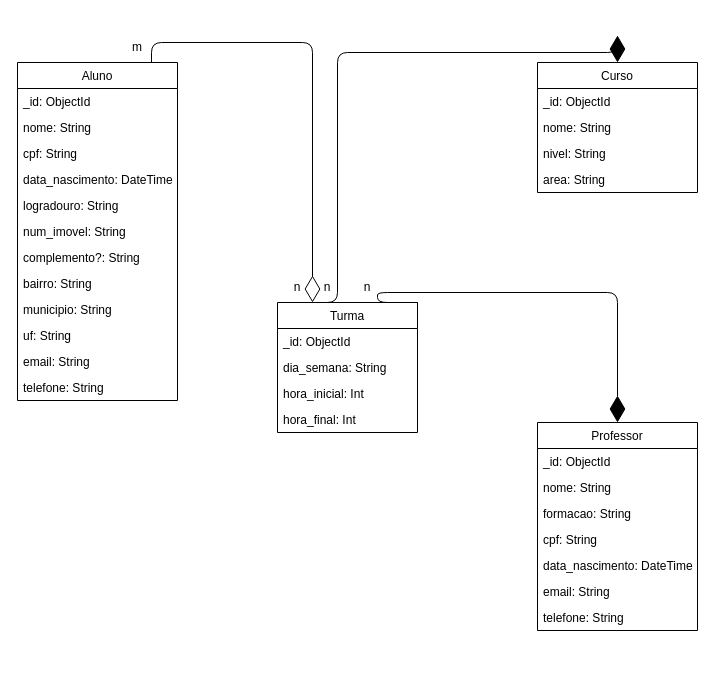
Above: page "Page-2" (2 of 2) of BN-NOT/docs/modelagem-bd.drawio in PaulianeSilveira/bn-not-2023-2 (draw.io), before the change. Source tidied: cells renumbered, new cells numbered last; positions are measured from the earlier drawing's top-left corner, leaving out a move shared by most shapes. Both pictures are drawn from the tidied source at 100%, with x=0, y=0 at pixel (17, 32).
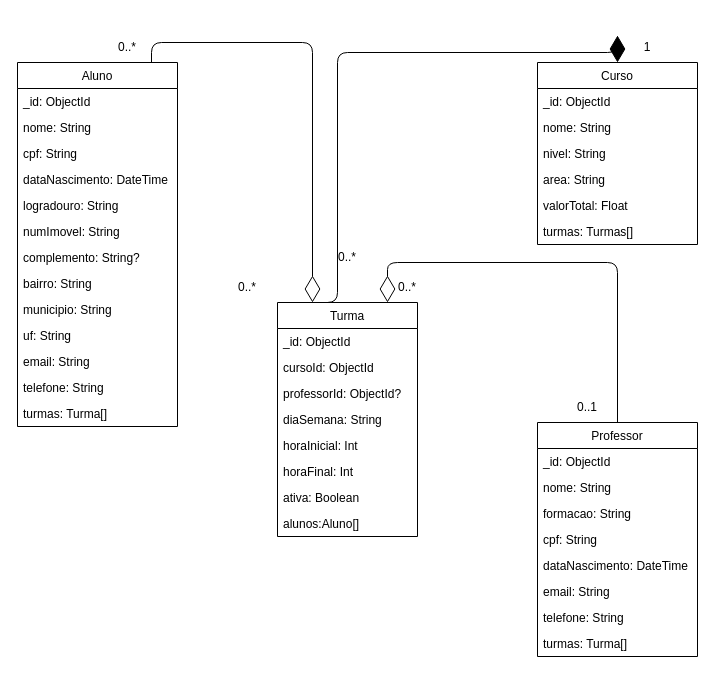
Above is the later version.

Commit message (it also covers changes not shown here):
(06/09) - Termino da modelagem dos dados

The edit, as a diff of the source:
```diff
@@
     <mxCell id="2" value="Aluno" style="swimlane;fontStyle=0;horizontal=1;startSize=26;fillColor=none;" parent="1" vertex="1">
-      <mxGeometry y="30" width="160" height="338" as="geometry" />
+      <mxGeometry y="30" width="160" height="364" as="geometry" />
     </mxCell>
@@
-    <mxCell id="6" value="data_nascimento: DateTime" style="text;strokeColor=none;fillColor=none;align=left;verticalAlign=top;spacingLeft=4;spacingRight=4;overflow=hidden;" parent="2" vertex="1">
+    <mxCell id="6" value="dataNascimento: DateTime" style="text;strokeColor=none;fillColor=none;align=left;verticalAlign=top;spacingLeft=4;spacingRight=4;overflow=hidden;" parent="2" vertex="1">
       <mxGeometry y="104" width="160" height="26" as="geometry" />
     </mxCell>
@@
-    <mxCell id="8" value="num_imovel: String" style="text;strokeColor=none;fillColor=none;align=left;verticalAlign=top;spacingLeft=4;spacingRight=4;overflow=hidden;" parent="2" vertex="1">
+    <mxCell id="8" value="numImovel: String" style="text;strokeColor=none;fillColor=none;align=left;verticalAlign=top;spacingLeft=4;spacingRight=4;overflow=hidden;" parent="2" vertex="1">
       <mxGeometry y="156" width="160" height="26" as="geometry" />
     </mxCell>
-    <mxCell id="9" value="complemento?: String" style="text;strokeColor=none;fillColor=none;align=left;verticalAlign=top;spacingLeft=4;spacingRight=4;overflow=hidden;" parent="2" vertex="1">
+    <mxCell id="9" value="complemento: String?" style="text;strokeColor=none;fillColor=none;align=left;verticalAlign=top;spacingLeft=4;spacingRight=4;overflow=hidden;" parent="2" vertex="1">
       <mxGeometry y="182" width="160" height="26" as="geometry" />
     </mxCell>
@@
+    <mxCell id="40" value="telefone: String&#10;" style="text;strokeColor=none;fillColor=none;align=left;verticalAlign=top;spacingLeft=4;spacingRight=4;overflow=hidden;" parent="2" vertex="1">
+      <mxGeometry y="312" width="160" height="26" as="geometry" />
+    </mxCell>
-    <mxCell id="14" value="telefone: String&#10;" style="text;strokeColor=none;fillColor=none;align=left;verticalAlign=top;spacingLeft=4;spacingRight=4;overflow=hidden;" parent="2" vertex="1">
-      <mxGeometry y="312" width="160" height="26" as="geometry" />
+    <mxCell id="14" value="turmas: Turma[]" style="text;strokeColor=none;fillColor=none;align=left;verticalAlign=top;spacingLeft=4;spacingRight=4;overflow=hidden;" parent="2" vertex="1">
+      <mxGeometry y="338" width="160" height="26" as="geometry" />
     </mxCell>
     <mxCell id="15" value="Curso" style="swimlane;fontStyle=0;horizontal=1;startSize=26;fillColor=none;" parent="1" vertex="1">
-      <mxGeometry x="520" y="30" width="160" height="130" as="geometry" />
+      <mxGeometry x="520" y="30" width="160" height="182" as="geometry" />
     </mxCell>
@@
+    <mxCell id="41" value="valorTotal: Float" style="text;strokeColor=none;fillColor=none;align=left;verticalAlign=top;spacingLeft=4;spacingRight=4;overflow=hidden;" parent="15" vertex="1">
+      <mxGeometry y="130" width="160" height="26" as="geometry" />
+    </mxCell>
+    <mxCell id="42" value="turmas: Turmas[]" style="text;strokeColor=none;fillColor=none;align=left;verticalAlign=top;spacingLeft=4;spacingRight=4;overflow=hidden;" parent="15" vertex="1">
+      <mxGeometry y="156" width="160" height="26" as="geometry" />
+    </mxCell>
     <mxCell id="20" value="Turma" style="swimlane;fontStyle=0;horizontal=1;startSize=26;fillColor=none;" parent="1" vertex="1">
-      <mxGeometry x="260" y="270" width="140" height="130" as="geometry" />
+      <mxGeometry x="260" y="270" width="140" height="234" as="geometry" />
     </mxCell>
@@
+    <mxCell id="43" value="cursoId: ObjectId" style="text;strokeColor=none;fillColor=none;align=left;verticalAlign=top;spacingLeft=4;spacingRight=4;overflow=hidden;" parent="20" vertex="1">
+      <mxGeometry y="52" width="140" height="26" as="geometry" />
+    </mxCell>
+    <mxCell id="44" value="professorId: ObjectId?" style="text;strokeColor=none;fillColor=none;align=left;verticalAlign=top;spacingLeft=4;spacingRight=4;overflow=hidden;" parent="20" vertex="1">
+      <mxGeometry y="78" width="140" height="26" as="geometry" />
+    </mxCell>
-    <mxCell id="22" value="dia_semana: String" style="text;strokeColor=none;fillColor=none;align=left;verticalAlign=top;spacingLeft=4;spacingRight=4;overflow=hidden;" parent="20" vertex="1">
-      <mxGeometry y="52" width="140" height="26" as="geometry" />
+    <mxCell id="22" value="diaSemana: String" style="text;strokeColor=none;fillColor=none;align=left;verticalAlign=top;spacingLeft=4;spacingRight=4;overflow=hidden;" parent="20" vertex="1">
+      <mxGeometry y="104" width="140" height="26" as="geometry" />
     </mxCell>
-    <mxCell id="23" value="hora_inicial: Int" style="text;strokeColor=none;fillColor=none;align=left;verticalAlign=top;spacingLeft=4;spacingRight=4;overflow=hidden;" parent="20" vertex="1">
-      <mxGeometry y="78" width="140" height="26" as="geometry" />
+    <mxCell id="23" value="horaInicial: Int" style="text;strokeColor=none;fillColor=none;align=left;verticalAlign=top;spacingLeft=4;spacingRight=4;overflow=hidden;" parent="20" vertex="1">
+      <mxGeometry y="130" width="140" height="26" as="geometry" />
     </mxCell>
-    <mxCell id="24" value="hora_final: Int" style="text;strokeColor=none;fillColor=none;align=left;verticalAlign=top;spacingLeft=4;spacingRight=4;overflow=hidden;" parent="20" vertex="1">
-      <mxGeometry y="104" width="140" height="26" as="geometry" />
+    <mxCell id="24" value="horaFinal: Int" style="text;strokeColor=none;fillColor=none;align=left;verticalAlign=top;spacingLeft=4;spacingRight=4;overflow=hidden;" parent="20" vertex="1">
+      <mxGeometry y="156" width="140" height="26" as="geometry" />
     </mxCell>
+    <mxCell id="45" value="ativa: Boolean" style="text;strokeColor=none;fillColor=none;align=left;verticalAlign=top;spacingLeft=4;spacingRight=4;overflow=hidden;" parent="20" vertex="1">
+      <mxGeometry y="182" width="140" height="26" as="geometry" />
+    </mxCell>
+    <mxCell id="46" value="alunos:Aluno[]" style="text;strokeColor=none;fillColor=none;align=left;verticalAlign=top;spacingLeft=4;spacingRight=4;overflow=hidden;" parent="20" vertex="1">
+      <mxGeometry y="208" width="140" height="26" as="geometry" />
+    </mxCell>
     <mxCell id="25" value="Professor" style="swimlane;fontStyle=0;horizontal=1;startSize=26;fillColor=none;" parent="1" vertex="1">
-      <mxGeometry x="520" y="390" width="160" height="208" as="geometry" />
+      <mxGeometry x="520" y="390" width="160" height="234" as="geometry" />
     </mxCell>
@@
-    <mxCell id="30" value="data_nascimento: DateTime" style="text;strokeColor=none;fillColor=none;align=left;verticalAlign=top;spacingLeft=4;spacingRight=4;overflow=hidden;" parent="25" vertex="1">
+    <mxCell id="30" value="dataNascimento: DateTime" style="text;strokeColor=none;fillColor=none;align=left;verticalAlign=top;spacingLeft=4;spacingRight=4;overflow=hidden;" parent="25" vertex="1">
       <mxGeometry y="130" width="160" height="26" as="geometry" />
     </mxCell>
@@
+    <mxCell id="47" value="telefone: String" style="text;strokeColor=none;fillColor=none;align=left;verticalAlign=top;spacingLeft=4;spacingRight=4;overflow=hidden;" parent="25" vertex="1">
+      <mxGeometry y="182" width="160" height="26" as="geometry" />
+    </mxCell>
-    <mxCell id="32" value="telefone: String" style="text;strokeColor=none;fillColor=none;align=left;verticalAlign=top;spacingLeft=4;spacingRight=4;overflow=hidden;" parent="25" vertex="1">
-      <mxGeometry y="182" width="160" height="26" as="geometry" />
+    <mxCell id="32" value="turmas: Turma[]" style="text;strokeColor=none;fillColor=none;align=left;verticalAlign=top;spacingLeft=4;spacingRight=4;overflow=hidden;" parent="25" vertex="1">
+      <mxGeometry y="208" width="160" height="26" as="geometry" />
     </mxCell>
-    <mxCell id="33" style="endArrow=diamondThin;endFill=1;endSize=24;html=1;edgeStyle=orthogonalEdgeStyle;entryX=0.5;entryY=0;entryDx=0;entryDy=0;exitX=1;exitY=0;exitDx=0;exitDy=0;" parent="1" edge="1" source="20" target="25">
-      <mxGeometry relative="1" as="geometry">
-        <Array as="points">
-          <mxPoint x="360" y="270" />
-          <mxPoint x="360" y="260" />
-          <mxPoint x="600" y="260" />
-        </Array>
-      </mxGeometry>
-    </mxCell>
-    <mxCell id="34" value="n" style="text;html=1;strokeColor=none;fillColor=none;align=center;verticalAlign=middle;whiteSpace=wrap;rounded=0;" parent="1" vertex="1">
-      <mxGeometry x="320" y="240" width="60" height="30" as="geometry" />
-    </mxCell>
@@
-    <mxCell id="36" value="n" style="text;html=1;strokeColor=none;fillColor=none;align=center;verticalAlign=middle;whiteSpace=wrap;rounded=0;" parent="1" vertex="1">
-      <mxGeometry x="280" y="240" width="60" height="30" as="geometry" />
-    </mxCell>
-    <mxCell id="37" style="endArrow=diamondThin;endFill=0;endSize=24;html=1;strokeColor=default;entryX=0.25;entryY=1;entryDx=0;entryDy=0;edgeStyle=orthogonalEdgeStyle;" parent="1" edge="1" source="2" target="36">
+    <mxCell id="37" style="endArrow=diamondThin;endFill=0;endSize=24;html=1;strokeColor=default;edgeStyle=orthogonalEdgeStyle;entryX=0.25;entryY=1;entryDx=0;entryDy=0;" parent="1" edge="1" source="2">
       <mxGeometry relative="1" as="geometry">
+        <mxPoint x="295" y="270" as="targetPoint" />
         <Array as="points">
           <mxPoint x="134" y="10" />
           <mxPoint x="295" y="10" />
         </Array>
       </mxGeometry>
     </mxCell>
-    <mxCell id="38" value="n" style="text;html=1;strokeColor=none;fillColor=none;align=center;verticalAlign=middle;whiteSpace=wrap;rounded=0;" parent="1" vertex="1">
-      <mxGeometry x="250" y="240" width="60" height="30" as="geometry" />
+    <mxCell id="38" value="0..*" style="text;html=1;strokeColor=none;fillColor=none;align=center;verticalAlign=middle;whiteSpace=wrap;rounded=0;" parent="1" vertex="1">
+      <mxGeometry x="200" y="240" width="60" height="30" as="geometry" />
     </mxCell>
-    <mxCell id="39" value="m" style="text;html=1;strokeColor=none;fillColor=none;align=center;verticalAlign=middle;whiteSpace=wrap;rounded=0;" parent="1" vertex="1">
-      <mxGeometry x="90" width="60" height="30" as="geometry" />
+    <mxCell id="39" value="0..*&lt;br&gt;" style="text;html=1;strokeColor=none;fillColor=none;align=center;verticalAlign=middle;whiteSpace=wrap;rounded=0;" parent="1" vertex="1">
+      <mxGeometry x="80" width="60" height="30" as="geometry" />
     </mxCell>
+    <mxCell id="48" value="0..*" style="text;html=1;strokeColor=none;fillColor=none;align=center;verticalAlign=middle;whiteSpace=wrap;rounded=0;" parent="1" vertex="1">
+      <mxGeometry x="300" y="210" width="60" height="30" as="geometry" />
+    </mxCell>
+    <mxCell id="49" value="1" style="text;html=1;strokeColor=none;fillColor=none;align=center;verticalAlign=middle;whiteSpace=wrap;rounded=0;" parent="1" vertex="1">
+      <mxGeometry x="600" width="60" height="30" as="geometry" />
+    </mxCell>
+    <mxCell id="50" style="endArrow=diamondThin;endFill=0;endSize=24;html=1;edgeStyle=orthogonalEdgeStyle;exitX=0.5;exitY=0;exitDx=0;exitDy=0;" parent="1" edge="1" source="25">
+      <mxGeometry relative="1" as="geometry">
+        <mxPoint x="370" y="270" as="targetPoint" />
+        <Array as="points">
+          <mxPoint x="600" y="230" />
+          <mxPoint x="370" y="230" />
+        </Array>
+      </mxGeometry>
+    </mxCell>
+    <mxCell id="51" value="0..*" style="text;html=1;strokeColor=none;fillColor=none;align=center;verticalAlign=middle;whiteSpace=wrap;rounded=0;" parent="1" vertex="1">
+      <mxGeometry x="360" y="240" width="60" height="30" as="geometry" />
+    </mxCell>
+    <mxCell id="52" value="0..1" style="text;html=1;strokeColor=none;fillColor=none;align=center;verticalAlign=middle;whiteSpace=wrap;rounded=0;" parent="1" vertex="1">
+      <mxGeometry x="540" y="360" width="60" height="30" as="geometry" />
+    </mxCell>
```
